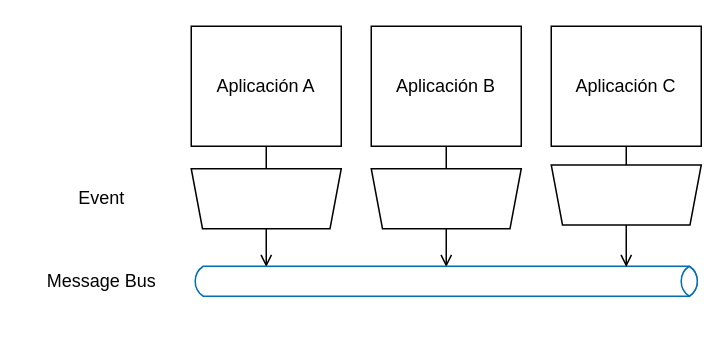
Earlier version of the draw.io diagram diagrams/Messaging.drawio (ucudal/ANDIS_Conceptos). Source tidied: cells renumbered, new cells numbered last; positions are measured from the earlier drawing's top-left corner, leaving out a move shared by most shapes. Both pictures are drawn from the tidied source at 150%, with x=0, y=0 at pixel (26, 26).
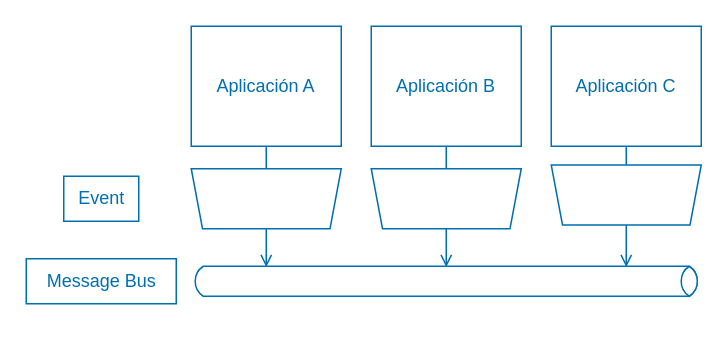
After the change.

Diff of the diagram source:
```diff
@@
 <mxGraphModel>
   <root>
     <mxCell id="0" />
     <mxCell id="1" parent="0" />
-    <mxCell id="2" style="edgeStyle=none;html=1;endArrow=none;endFill=0;strokeColor=light-dark(#000000,#006EAF);fontColor=light-dark(#000000,#006EAF);" parent="1" edge="1" source="3" target="5">
+    <mxCell id="2" style="edgeStyle=none;html=1;endArrow=none;endFill=0;strokeColor=light-dark(#006EAF,#006EAF);fontColor=light-dark(#006EAF,#006EAF);" parent="1" edge="1" source="3" target="5">
       <mxGeometry relative="1" as="geometry" />
     </mxCell>
-    <mxCell id="3" value="Aplicación A" style="rounded=0;whiteSpace=wrap;html=1;strokeColor=light-dark(#000000,#006EAF);fontColor=light-dark(#000000,#006EAF);fillColor=none;direction=south;" parent="1" vertex="1">
+    <mxCell id="3" value="Aplicación A" style="rounded=0;whiteSpace=wrap;html=1;strokeColor=light-dark(#006EAF,#006EAF);fontColor=light-dark(#006EAF,#006EAF);fillColor=none;direction=south;" parent="1" vertex="1">
       <mxGeometry x="110" width="100" height="80" as="geometry" />
     </mxCell>
-    <mxCell id="4" style="edgeStyle=none;html=1;endArrow=open;endFill=0;strokeColor=light-dark(#000000,#006EAF);fontColor=light-dark(#000000,#006EAF);exitX=0.5;exitY=0;exitDx=0;exitDy=0;" parent="1" edge="1" source="7" target="11">
+    <mxCell id="4" style="edgeStyle=none;html=1;endArrow=open;endFill=0;strokeColor=light-dark(#006EAF,#006EAF);fontColor=light-dark(#006EAF,#006EAF);exitX=0.5;exitY=0;exitDx=0;exitDy=0;" parent="1" edge="1" source="7" target="11">
       <mxGeometry relative="1" as="geometry" />
     </mxCell>
-    <mxCell id="5" style="verticalLabelPosition=middle;verticalAlign=middle;html=1;shape=trapezoid;perimeter=trapezoidPerimeter;whiteSpace=wrap;size=0.07500000000000001;arcSize=10;flipV=1;labelPosition=center;align=center;rotation=-90;strokeColor=light-dark(#000000,#006EAF);fontColor=light-dark(#000000,#006EAF);fillColor=none;direction=north;" parent="1" vertex="1">
+    <mxCell id="5" style="verticalLabelPosition=middle;verticalAlign=middle;html=1;shape=trapezoid;perimeter=trapezoidPerimeter;whiteSpace=wrap;size=0.07500000000000001;arcSize=10;flipV=1;labelPosition=center;align=center;rotation=-90;strokeColor=light-dark(#006EAF,#006EAF);fontColor=light-dark(#006EAF,#006EAF);fillColor=none;direction=north;" parent="1" vertex="1">
       <mxGeometry x="140" y="65" width="40" height="100" as="geometry" />
     </mxCell>
-    <mxCell id="6" style="edgeStyle=none;html=1;endArrow=none;endFill=0;strokeColor=light-dark(#000000,#006EAF);fontColor=light-dark(#000000,#006EAF);" parent="1" edge="1" source="7" target="9">
+    <mxCell id="6" style="edgeStyle=none;html=1;endArrow=none;endFill=0;strokeColor=light-dark(#006EAF,#006EAF);fontColor=light-dark(#006EAF,#006EAF);" parent="1" edge="1" source="7" target="9">
       <mxGeometry relative="1" as="geometry" />
     </mxCell>
-    <mxCell id="7" style="verticalLabelPosition=middle;verticalAlign=middle;html=1;shape=trapezoid;perimeter=trapezoidPerimeter;whiteSpace=wrap;size=0.07500000000000001;arcSize=10;flipV=0;labelPosition=center;align=center;rotation=-90;strokeColor=light-dark(#000000,#006EAF);fontColor=light-dark(#000000,#006EAF);fillColor=none;direction=north;" parent="1" vertex="1">
+    <mxCell id="7" style="verticalLabelPosition=middle;verticalAlign=middle;html=1;shape=trapezoid;perimeter=trapezoidPerimeter;whiteSpace=wrap;size=0.07500000000000001;arcSize=10;flipV=0;labelPosition=center;align=center;rotation=-90;strokeColor=light-dark(#006EAF,#006EAF);fontColor=light-dark(#006EAF,#006EAF);fillColor=none;direction=north;" parent="1" vertex="1">
       <mxGeometry x="260" y="65" width="40" height="100" as="geometry" />
     </mxCell>
-    <mxCell id="8" style="edgeStyle=none;html=1;endArrow=open;endFill=0;strokeColor=light-dark(#000000,#006EAF);fontColor=light-dark(#000000,#006EAF);" parent="1" edge="1" source="5" target="11">
+    <mxCell id="8" style="edgeStyle=none;html=1;endArrow=open;endFill=0;strokeColor=light-dark(#006EAF,#006EAF);fontColor=light-dark(#006EAF,#006EAF);" parent="1" edge="1" source="5" target="11">
       <mxGeometry relative="1" as="geometry" />
     </mxCell>
-    <mxCell id="9" value="Aplicación B" style="rounded=0;whiteSpace=wrap;html=1;strokeColor=light-dark(#000000,#006EAF);fontColor=light-dark(#000000,#006EAF);fillColor=none;direction=south;" parent="1" vertex="1">
+    <mxCell id="9" value="Aplicación B" style="rounded=0;whiteSpace=wrap;html=1;strokeColor=light-dark(#006EAF,#006EAF);fontColor=light-dark(#006EAF,#006EAF);fillColor=none;direction=south;" parent="1" vertex="1">
       <mxGeometry x="230" width="100" height="80" as="geometry" />
     </mxCell>
-    <mxCell id="10" value="Aplicación C" style="rounded=0;whiteSpace=wrap;html=1;strokeColor=light-dark(#000000,#006EAF);fontColor=light-dark(#000000,#006EAF);fillColor=none;direction=south;" parent="1" vertex="1">
+    <mxCell id="10" value="Aplicación C" style="rounded=0;whiteSpace=wrap;html=1;strokeColor=light-dark(#006EAF,#006EAF);fontColor=light-dark(#006EAF,#006EAF);fillColor=none;direction=south;" parent="1" vertex="1">
       <mxGeometry x="350" width="100" height="80" as="geometry" />
     </mxCell>
-    <mxCell id="11" style="html=1;outlineConnect=0;fillColor=none;strokeColor=light-dark(#006EAF,#006EAF);gradientDirection=north;strokeWidth=1;shape=mxgraph.networks.bus;gradientColor=none;gradientDirection=north;fontColor=#ffffff;perimeter=backbonePerimeter;backboneSize=20;" parent="1" vertex="1">
+    <mxCell id="11" style="html=1;outlineConnect=0;fillColor=none;strokeColor=light-dark(#006EAF,#006EAF);gradientDirection=north;strokeWidth=1;shape=mxgraph.networks.bus;gradientColor=none;gradientDirection=north;fontColor=light-dark(#006EAF,#006EAF);perimeter=backbonePerimeter;backboneSize=20;" parent="1" vertex="1">
       <mxGeometry x="110" y="150" width="340" height="40" as="geometry" />
     </mxCell>
-    <mxCell id="12" style="edgeStyle=none;html=1;endArrow=open;endFill=0;strokeColor=light-dark(#000000,#006EAF);fontColor=light-dark(#000000,#006EAF);exitX=0.5;exitY=0;exitDx=0;exitDy=0;" parent="1" edge="1" source="14" target="11">
+    <mxCell id="12" style="edgeStyle=none;html=1;endArrow=open;endFill=0;strokeColor=light-dark(#006EAF,#006EAF);fontColor=light-dark(#006EAF,#006EAF);exitX=0.5;exitY=0;exitDx=0;exitDy=0;" parent="1" edge="1" source="14" target="11">
       <mxGeometry relative="1" as="geometry" />
     </mxCell>
-    <mxCell id="13" style="edgeStyle=none;html=1;endArrow=none;endFill=0;strokeColor=light-dark(#000000,#006EAF);fontColor=light-dark(#000000,#006EAF);" parent="1" edge="1" source="14">
+    <mxCell id="13" style="edgeStyle=none;html=1;endArrow=none;endFill=0;strokeColor=light-dark(#006EAF,#006EAF);fontColor=light-dark(#006EAF,#006EAF);" parent="1" edge="1" source="14">
       <mxGeometry relative="1" as="geometry">
         <mxPoint x="400" y="80" as="targetPoint" />
       </mxGeometry>
     </mxCell>
-    <mxCell id="14" style="verticalLabelPosition=middle;verticalAlign=middle;html=1;shape=trapezoid;perimeter=trapezoidPerimeter;whiteSpace=wrap;size=0.07500000000000001;arcSize=10;flipV=0;labelPosition=center;align=center;rotation=-90;strokeColor=light-dark(#000000,#006EAF);fontColor=light-dark(#000000,#006EAF);fillColor=none;direction=north;" parent="1" vertex="1">
+    <mxCell id="14" style="verticalLabelPosition=middle;verticalAlign=middle;html=1;shape=trapezoid;perimeter=trapezoidPerimeter;whiteSpace=wrap;size=0.07500000000000001;arcSize=10;flipV=0;labelPosition=center;align=center;rotation=-90;strokeColor=light-dark(#006EAF,#006EAF);fontColor=light-dark(#006EAF,#006EAF);fillColor=none;direction=north;" parent="1" vertex="1">
       <mxGeometry x="380" y="62.5" width="40" height="100" as="geometry" />
     </mxCell>
-    <mxCell id="15" value="Message Bus" style="text;html=1;align=center;verticalAlign=middle;strokeColor=none;fillColor=none;fontColor=light-dark(#000000,#006EAF);" parent="1" vertex="1">
+    <mxCell id="15" value="Message Bus" style="text;html=1;align=center;verticalAlign=middle;strokeColor=light-dark(#006EAF,#006EAF);fillColor=none;fontColor=light-dark(#006EAF,#006EAF);" parent="1" vertex="1">
       <mxGeometry y="155" width="100" height="30" as="geometry" />
     </mxCell>
-    <mxCell id="16" value="Event" style="text;html=1;align=center;verticalAlign=middle;strokeColor=none;fillColor=none;fontColor=light-dark(#000000,#006EAF);" parent="1" vertex="1">
+    <mxCell id="16" value="Event" style="text;html=1;align=center;verticalAlign=middle;strokeColor=light-dark(#006EAF,#006EAF);fillColor=none;fontColor=light-dark(#006EAF,#006EAF);" parent="1" vertex="1">
       <mxGeometry x="25" y="100" width="50" height="30" as="geometry" />
     </mxCell>
   </root>
 </mxGraphModel>
```
